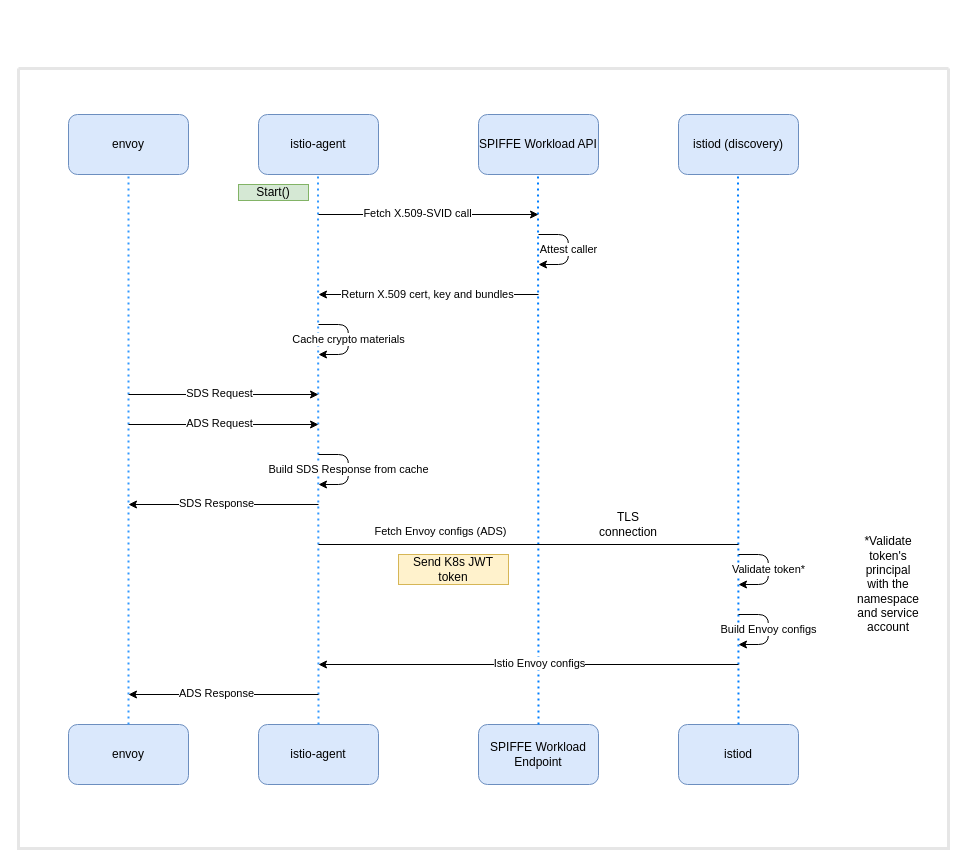
Before: page "Istio Proposal Flow" (7 of 9) of POC/demo/mithril.drawio in HewlettPackard/Mithril, a draw.io diagram. Source tidied: cells renumbered, new cells numbered last; positions are measured from the earlier drawing's top-left corner, leaving out a move shared by most shapes. Both pictures are drawn from the tidied source at 100%, with x=0, y=0 at pixel (18, 68).
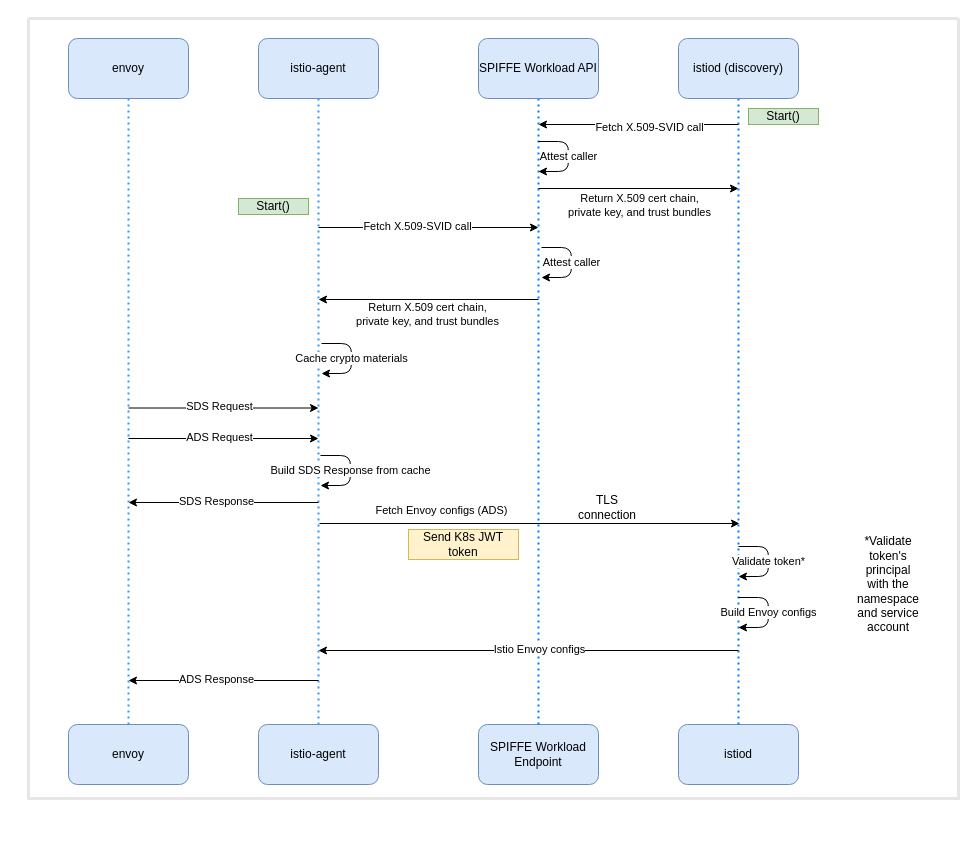
The same page after the edit.

The change refers to these unchanged cells:
```xml
<mxCell id="7" value="istio-agent" style="rounded=1;whiteSpace=wrap;html=1;fillColor=#dae8fc;strokeColor=#6c8ebf;" parent="1" vertex="1">
  <mxGeometry x="240" y="656" width="120" height="60" as="geometry" />
</mxCell>
<mxCell id="8" value="SPIFFE Workload Endpoint" style="rounded=1;whiteSpace=wrap;html=1;fillColor=#dae8fc;strokeColor=#6c8ebf;" parent="1" vertex="1">
  <mxGeometry x="460" y="656" width="120" height="60" as="geometry" />
</mxCell>
<mxCell id="9" value="istiod" style="rounded=1;whiteSpace=wrap;html=1;fillColor=#dae8fc;strokeColor=#6c8ebf;" parent="1" vertex="1">
  <mxGeometry x="660" y="656" width="120" height="60" as="geometry" />
</mxCell>
```

The edit, as a diff of the source:
```diff
@@
-    <mxCell id="2" value="envoy" style="rounded=1;whiteSpace=wrap;html=1;fillColor=#dae8fc;strokeColor=#6c8ebf;" parent="1" vertex="1">
-      <mxGeometry x="50" y="46" width="120" height="60" as="geometry" />
-    </mxCell>
-    <mxCell id="3" value="istio-agent" style="rounded=1;whiteSpace=wrap;html=1;fillColor=#dae8fc;strokeColor=#6c8ebf;" parent="1" vertex="1">
-      <mxGeometry x="240" y="46" width="120" height="60" as="geometry" />
-    </mxCell>
-    <mxCell id="4" value="SPIFFE Workload API" style="rounded=1;whiteSpace=wrap;html=1;fillColor=#dae8fc;strokeColor=#6c8ebf;" parent="1" vertex="1">
-      <mxGeometry x="460" y="46" width="120" height="60" as="geometry" />
-    </mxCell>
-    <mxCell id="5" value="istiod (discovery)" style="rounded=1;whiteSpace=wrap;html=1;fillColor=#dae8fc;strokeColor=#6c8ebf;" parent="1" vertex="1">
-      <mxGeometry x="660" y="46" width="120" height="60" as="geometry" />
-    </mxCell>
@@
-    <mxCell id="11" style="endArrow=none;html=1;entryX=0.5;entryY=1;entryDx=0;entryDy=0;exitX=0.5;exitY=0;exitDx=0;exitDy=0;strokeWidth=2;strokeColor=#3399FF;dashed=1;dashPattern=1 2;" parent="1" edge="1" source="7">
-      <mxGeometry relative="1" as="geometry">
-        <mxPoint x="299.5" y="106" as="targetPoint" />
-      </mxGeometry>
+    <mxCell id="11" style="endArrow=none;html=1;entryX=0.5;entryY=1;entryDx=0;entryDy=0;exitX=0.5;exitY=0;exitDx=0;exitDy=0;strokeWidth=2;strokeColor=#3399FF;dashed=1;dashPattern=1 2;" parent="1" edge="1" source="7" target="3">
+      <mxGeometry relative="1" as="geometry" />
     </mxCell>
-    <mxCell id="12" style="endArrow=none;html=1;entryX=0.5;entryY=1;entryDx=0;entryDy=0;exitX=0.5;exitY=0;exitDx=0;exitDy=0;strokeColor=#007FFF;dashed=1;dashPattern=1 2;strokeWidth=2;" parent="1" edge="1" source="8">
-      <mxGeometry relative="1" as="geometry">
-        <mxPoint x="519.5" y="106" as="targetPoint" />
-      </mxGeometry>
+    <mxCell id="12" style="endArrow=none;html=1;entryX=0.5;entryY=1;entryDx=0;entryDy=0;exitX=0.5;exitY=0;exitDx=0;exitDy=0;strokeColor=#007FFF;dashed=1;dashPattern=1 2;strokeWidth=2;" parent="1" edge="1" source="8" target="4">
+      <mxGeometry relative="1" as="geometry" />
     </mxCell>
-    <mxCell id="13" style="endArrow=none;html=1;entryX=0.5;entryY=1;entryDx=0;entryDy=0;exitX=0.5;exitY=0;exitDx=0;exitDy=0;strokeColor=#007FFF;strokeWidth=2;dashed=1;dashPattern=1 2;" parent="1" edge="1" source="9">
-      <mxGeometry relative="1" as="geometry">
-        <mxPoint x="719.5" y="106" as="targetPoint" />
-      </mxGeometry>
+    <mxCell id="13" style="endArrow=none;html=1;entryX=0.5;entryY=1;entryDx=0;entryDy=0;exitX=0.5;exitY=0;exitDx=0;exitDy=0;strokeColor=#007FFF;strokeWidth=2;dashed=1;dashPattern=1 2;" parent="1" edge="1" source="9" target="5">
+      <mxGeometry relative="1" as="geometry" />
     </mxCell>
     <mxCell id="14" style="endArrow=classic;html=1;" parent="1" edge="1">
       <mxGeometry relative="1" as="geometry">
-        <mxPoint x="300" y="146" as="sourcePoint" />
-        <mxPoint x="520" y="146" as="targetPoint" />
+        <mxPoint x="300" y="159" as="sourcePoint" />
+        <mxPoint x="520" y="159" as="targetPoint" />
       </mxGeometry>
     </mxCell>
@@
     <mxCell id="16" style="endArrow=classic;html=1;" parent="1" edge="1">
       <mxGeometry relative="1" as="geometry">
-        <mxPoint x="520" y="226" as="sourcePoint" />
-        <mxPoint x="300" y="226" as="targetPoint" />
+        <mxPoint x="520" y="231" as="sourcePoint" />
+        <mxPoint x="300" y="231" as="targetPoint" />
       </mxGeometry>
     </mxCell>
-    <mxCell id="17" value="Return X.509 cert, key and bundles" style="edgeLabel;html=1;align=center;verticalAlign=middle;" parent="16" vertex="1">
+    <mxCell id="17" value="Return X.509 cert chain, &lt;br&gt;private key, and trust bundles" style="edgeLabel;html=1;align=center;verticalAlign=middle;" parent="16" vertex="1">
       <mxGeometry x="0.25" y="-1" relative="1" as="geometry">
-        <mxPoint x="26" as="offset" />
+        <mxPoint x="26" y="15" as="offset" />
       </mxGeometry>
     </mxCell>
     <mxCell id="18" value="Validate token*" style="endArrow=classic;html=1;" parent="1" edge="1">
       <mxGeometry relative="1" as="geometry">
-        <mxPoint x="720" y="486" as="sourcePoint" />
-        <mxPoint x="720" y="516" as="targetPoint" />
+        <mxPoint x="720" y="478" as="sourcePoint" />
+        <mxPoint x="720" y="508" as="targetPoint" />
         <Array as="points">
-          <mxPoint x="750" y="486" />
-          <mxPoint x="750" y="516" />
+          <mxPoint x="750" y="478" />
+          <mxPoint x="750" y="508" />
         </Array>
       </mxGeometry>
     </mxCell>
@@
     <mxCell id="20" value="Build Envoy configs" style="endArrow=classic;html=1;" parent="1" edge="1">
       <mxGeometry relative="1" as="geometry">
-        <mxPoint x="720" y="546" as="sourcePoint" />
-        <mxPoint x="720" y="576" as="targetPoint" />
+        <mxPoint x="720" y="529" as="sourcePoint" />
+        <mxPoint x="720" y="559" as="targetPoint" />
         <Array as="points">
-          <mxPoint x="750" y="546" />
-          <mxPoint x="750" y="576" />
+          <mxPoint x="750" y="529" />
+          <mxPoint x="750" y="559" />
         </Array>
       </mxGeometry>
     </mxCell>
     <mxCell id="21" style="endArrow=classic;html=1;" parent="1" edge="1">
       <mxGeometry relative="1" as="geometry">
-        <mxPoint x="300" y="436" as="sourcePoint" />
-        <mxPoint x="110" y="436" as="targetPoint" />
+        <mxPoint x="300" y="434" as="sourcePoint" />
+        <mxPoint x="110" y="434" as="targetPoint" />
       </mxGeometry>
     </mxCell>
@@
     <mxCell id="23" style="swimlane;startSize=0;fillColor=#f5f5f5;fontColor=#333333;strokeColor=#E6E6E6;strokeWidth=3;" parent="1" vertex="1">
-      <mxGeometry width="930" height="780" as="geometry" />
+      <mxGeometry x="10" y="-50" width="930" height="780" as="geometry" />
     </mxCell>
     <mxCell id="24" style="endArrow=classic;html=1;" parent="23" edge="1">
       <mxGeometry relative="1" as="geometry">
-        <mxPoint x="110" y="356" as="sourcePoint" />
-        <mxPoint x="300" y="356" as="targetPoint" />
+        <mxPoint x="100" y="420" as="sourcePoint" />
+        <mxPoint x="290" y="420" as="targetPoint" />
       </mxGeometry>
     </mxCell>
@@
     <mxCell id="26" style="endArrow=classic;html=1;" parent="23" edge="1">
       <mxGeometry relative="1" as="geometry">
-        <mxPoint x="720" y="596" as="sourcePoint" />
-        <mxPoint x="300" y="596" as="targetPoint" />
+        <mxPoint x="710" y="632" as="sourcePoint" />
+        <mxPoint x="290" y="632" as="targetPoint" />
       </mxGeometry>
     </mxCell>
@@
     <mxCell id="28" style="endArrow=classic;html=1;" parent="23" edge="1">
       <mxGeometry relative="1" as="geometry">
-        <mxPoint x="110" y="326" as="sourcePoint" />
-        <mxPoint x="300" y="326" as="targetPoint" />
+        <mxPoint x="100" y="389.5" as="sourcePoint" />
+        <mxPoint x="290" y="389.5" as="targetPoint" />
       </mxGeometry>
     </mxCell>
@@
     <mxCell id="30" value="Attest caller" style="endArrow=classic;html=1;" parent="23" edge="1">
       <mxGeometry relative="1" as="geometry">
-        <mxPoint x="520" y="166" as="sourcePoint" />
-        <mxPoint x="520" y="196" as="targetPoint" />
+        <mxPoint x="510" y="123" as="sourcePoint" />
+        <mxPoint x="510" y="153" as="targetPoint" />
         <Array as="points">
-          <mxPoint x="550" y="166" />
-          <mxPoint x="550" y="196" />
+          <mxPoint x="540" y="123" />
+          <mxPoint x="540" y="153" />
         </Array>
       </mxGeometry>
     </mxCell>
     <mxCell id="31" value="Cache crypto materials" style="endArrow=classic;html=1;" parent="23" edge="1">
       <mxGeometry relative="1" as="geometry">
-        <mxPoint x="300" y="256" as="sourcePoint" />
-        <mxPoint x="300" y="286" as="targetPoint" />
+        <mxPoint x="293" y="325" as="sourcePoint" />
+        <mxPoint x="293" y="355" as="targetPoint" />
         <Array as="points">
-          <mxPoint x="330" y="256" />
-          <mxPoint x="330" y="286" />
+          <mxPoint x="323" y="325" />
+          <mxPoint x="323" y="355" />
         </Array>
       </mxGeometry>
     </mxCell>
     <mxCell id="32" value="Build SDS Response from cache" style="endArrow=classic;html=1;" parent="23" edge="1">
       <mxGeometry relative="1" as="geometry">
-        <mxPoint x="300" y="386" as="sourcePoint" />
-        <mxPoint x="300" y="416" as="targetPoint" />
+        <mxPoint x="292" y="437" as="sourcePoint" />
+        <mxPoint x="292" y="467" as="targetPoint" />
         <Array as="points">
-          <mxPoint x="330" y="386" />
-          <mxPoint x="330" y="416" />
+          <mxPoint x="322" y="437" />
+          <mxPoint x="322" y="467" />
         </Array>
       </mxGeometry>
     </mxCell>
-    <mxCell id="33" style="endArrow=none;html=1;" parent="23" edge="1">
+    <mxCell id="33" style="endArrow=classic;html=1;" parent="23" edge="1">
       <mxGeometry relative="1" as="geometry">
-        <mxPoint x="300" y="476" as="sourcePoint" />
-        <mxPoint x="720" y="476" as="targetPoint" />
+        <mxPoint x="291" y="505" as="sourcePoint" />
+        <mxPoint x="711" y="505" as="targetPoint" />
       </mxGeometry>
     </mxCell>
@@
     <mxCell id="35" value="TLS connection" style="text;html=1;strokeColor=none;fillColor=none;align=center;verticalAlign=middle;whiteSpace=wrap;rounded=0;" parent="23" vertex="1">
-      <mxGeometry x="590" y="446" width="40" height="20" as="geometry" />
+      <mxGeometry x="559" y="479" width="40" height="20" as="geometry" />
     </mxCell>
     <mxCell id="36" value="Send K8s JWT token" style="rounded=0;whiteSpace=wrap;html=1;fillColor=#fff2cc;strokeColor=#d6b656;" parent="23" vertex="1">
-      <mxGeometry x="380" y="486" width="110" height="30" as="geometry" />
+      <mxGeometry x="380" y="511" width="110" height="30" as="geometry" />
     </mxCell>
     <mxCell id="37" style="endArrow=classic;html=1;" parent="23" edge="1">
       <mxGeometry relative="1" as="geometry">
-        <mxPoint x="300" y="626" as="sourcePoint" />
-        <mxPoint x="110" y="626" as="targetPoint" />
+        <mxPoint x="290" y="662" as="sourcePoint" />
+        <mxPoint x="100" y="662" as="targetPoint" />
       </mxGeometry>
     </mxCell>
@@
     <mxCell id="39" value="Start()" style="rounded=0;whiteSpace=wrap;html=1;fillColor=#d5e8d4;strokeColor=#82b366;" parent="23" vertex="1">
-      <mxGeometry x="220" y="116" width="70" height="16" as="geometry" />
+      <mxGeometry x="210" y="180" width="70" height="16" as="geometry" />
     </mxCell>
+    <mxCell id="40" style="endArrow=classic;html=1;" parent="23" edge="1">
+      <mxGeometry relative="1" as="geometry">
+        <mxPoint x="710" y="106" as="sourcePoint" />
+        <mxPoint x="510" y="106" as="targetPoint" />
+      </mxGeometry>
+    </mxCell>
+    <mxCell id="41" value="Fetch X.509-SVID call" style="edgeLabel;html=1;align=center;verticalAlign=middle;" parent="40" vertex="1">
+      <mxGeometry x="-0.49" y="2" relative="1" as="geometry">
+        <mxPoint x="-39" as="offset" />
+      </mxGeometry>
+    </mxCell>
+    <mxCell id="42" style="endArrow=classic;html=1;" parent="23" edge="1">
+      <mxGeometry relative="1" as="geometry">
+        <mxPoint x="510" y="170" as="sourcePoint" />
+        <mxPoint x="710" y="170" as="targetPoint" />
+      </mxGeometry>
+    </mxCell>
+    <mxCell id="43" value="Return X.509 cert chain,&lt;br&gt;private key, and trust bundles" style="edgeLabel;html=1;align=center;verticalAlign=middle;" parent="42" vertex="1">
+      <mxGeometry x="0.25" y="-1" relative="1" as="geometry">
+        <mxPoint x="-25" y="15" as="offset" />
+      </mxGeometry>
+    </mxCell>
+    <mxCell id="2" value="envoy" style="rounded=1;whiteSpace=wrap;html=1;fillColor=#dae8fc;strokeColor=#6c8ebf;" parent="23" vertex="1">
+      <mxGeometry x="40" y="20" width="120" height="60" as="geometry" />
+    </mxCell>
+    <mxCell id="3" value="istio-agent" style="rounded=1;whiteSpace=wrap;html=1;fillColor=#dae8fc;strokeColor=#6c8ebf;" parent="23" vertex="1">
+      <mxGeometry x="230" y="20" width="120" height="60" as="geometry" />
+    </mxCell>
+    <mxCell id="4" value="SPIFFE Workload API" style="rounded=1;whiteSpace=wrap;html=1;fillColor=#dae8fc;strokeColor=#6c8ebf;" parent="23" vertex="1">
+      <mxGeometry x="450" y="20" width="120" height="60" as="geometry" />
+    </mxCell>
+    <mxCell id="5" value="istiod (discovery)" style="rounded=1;whiteSpace=wrap;html=1;fillColor=#dae8fc;strokeColor=#6c8ebf;" parent="23" vertex="1">
+      <mxGeometry x="650" y="20" width="120" height="60" as="geometry" />
+    </mxCell>
+    <mxCell id="44" value="Start()" style="rounded=0;whiteSpace=wrap;html=1;fillColor=#d5e8d4;strokeColor=#82b366;" parent="23" vertex="1">
+      <mxGeometry x="720" y="90" width="70" height="16" as="geometry" />
+    </mxCell>
+    <mxCell id="45" value="Attest caller" style="endArrow=classic;html=1;" parent="23" edge="1">
+      <mxGeometry relative="1" as="geometry">
+        <mxPoint x="513" y="229" as="sourcePoint" />
+        <mxPoint x="513" y="259" as="targetPoint" />
+        <Array as="points">
+          <mxPoint x="543" y="229" />
+          <mxPoint x="543" y="259" />
+        </Array>
+      </mxGeometry>
+    </mxCell>
```
